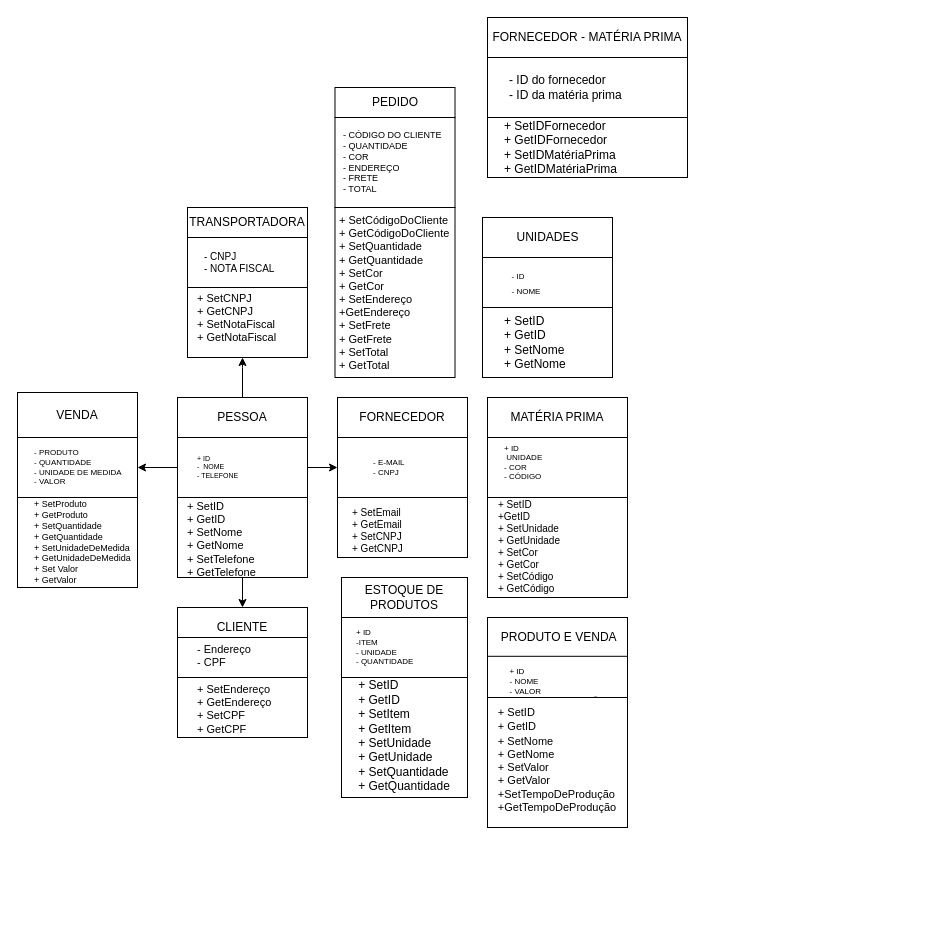
Above: page "Página-1" (1 of 2) of doc/classes.drawio in sarahnandynne/fluxograma.sarah (draw.io), before the change. Source tidied: cells renumbered, new cells numbered last; positions are measured from the earlier drawing's top-left corner, leaving out a move shared by most shapes. Both pictures are drawn from the tidied source at 100%, with x=0, y=0 at pixel (17, 17).
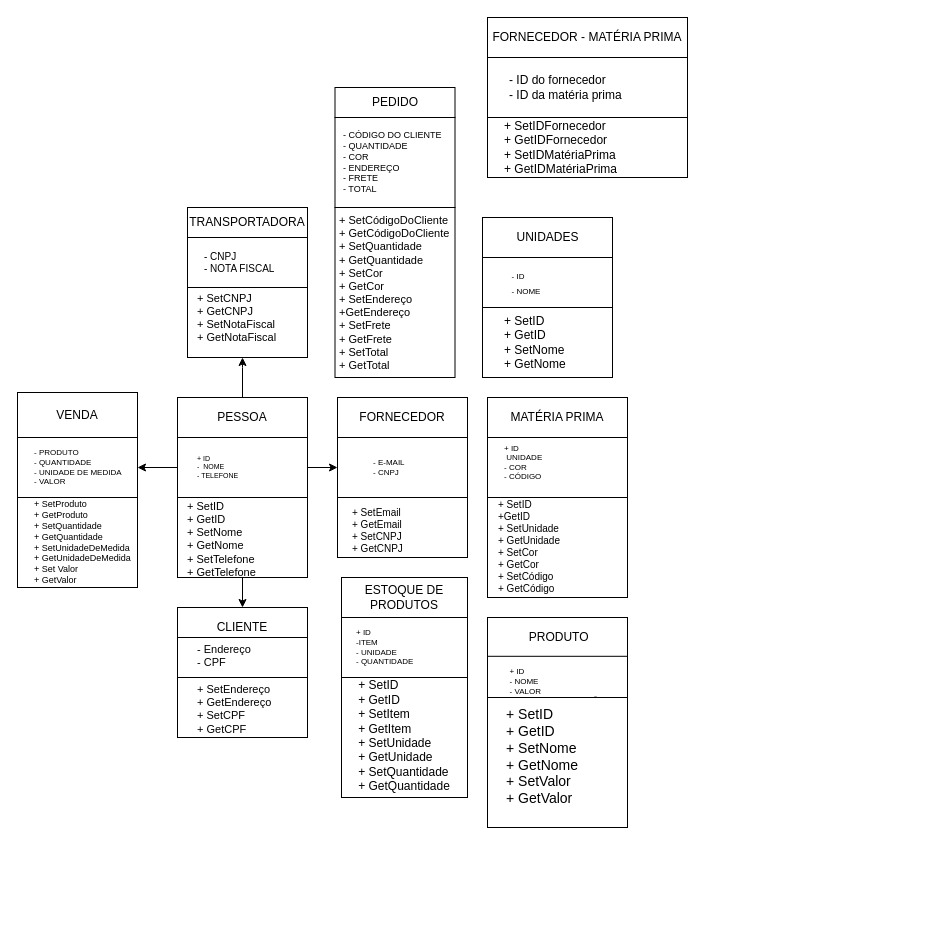
After the change.

What changed in the source:
```diff
@@
-    <mxCell id="29" value="&amp;nbsp;PRODUTO E VENDA" style="rounded=0;whiteSpace=wrap;html=1;" parent="1" vertex="1">
+    <mxCell id="29" value="&amp;nbsp;PRODUTO" style="rounded=0;whiteSpace=wrap;html=1;" parent="1" vertex="1">
       <mxGeometry x="470" y="600" width="140" height="40" as="geometry" />
     </mxCell>
@@
-    <mxCell id="60" value="&#10;&lt;div style=&quot;forced-color-adjust: none; text-align: left;&quot;&gt;&lt;span style=&quot;forced-color-adjust: none; font-size: 11px; background-color: initial;&quot;&gt;+ SetID&lt;/span&gt;&lt;/div&gt;&lt;div style=&quot;forced-color-adjust: none; text-align: left;&quot;&gt;&lt;span style=&quot;forced-color-adjust: none; font-size: 11px; background-color: initial;&quot;&gt;+ GetID&lt;/span&gt;&lt;/div&gt;&lt;div style=&quot;forced-color-adjust: none; text-align: left;&quot;&gt;&lt;span style=&quot;forced-color-adjust: none; font-size: 11px; background-color: initial;&quot;&gt;+ SetNome&lt;/span&gt;&lt;/div&gt;&lt;div style=&quot;forced-color-adjust: none; text-align: left; font-size: 11px;&quot;&gt;&lt;font style=&quot;forced-color-adjust: none; font-size: 11px;&quot;&gt;+ GetNome&lt;/font&gt;&lt;/div&gt;&lt;div style=&quot;forced-color-adjust: none; text-align: left; font-size: 11px;&quot;&gt;&lt;font style=&quot;forced-color-adjust: none; font-size: 11px;&quot;&gt;+ SetValor&lt;/font&gt;&lt;/div&gt;&lt;div style=&quot;forced-color-adjust: none; text-align: left; font-size: 11px;&quot;&gt;&lt;font style=&quot;forced-color-adjust: none; font-size: 11px;&quot;&gt;+ GetValor&lt;/font&gt;&lt;/div&gt;&lt;div style=&quot;forced-color-adjust: none; text-align: left; font-size: 11px;&quot;&gt;&lt;font style=&quot;forced-color-adjust: none; font-size: 11px;&quot;&gt;+SetTempoDeProdução&lt;/font&gt;&lt;/div&gt;&lt;div style=&quot;forced-color-adjust: none; text-align: left; font-size: 11px;&quot;&gt;&lt;font style=&quot;forced-color-adjust: none; font-size: 11px;&quot;&gt;+GetTempoDeProdução&lt;/font&gt;&lt;/div&gt;&lt;div style=&quot;forced-color-adjust: none; text-align: left; font-size: 11px;&quot;&gt;&lt;font style=&quot;forced-color-adjust: none; font-size: 11px;&quot;&gt;&lt;br style=&quot;forced-color-adjust: none;&quot;&gt;&lt;/font&gt;&lt;/div&gt;&lt;div style=&quot;forced-color-adjust: none;&quot;&gt;&lt;div style=&quot;forced-color-adjust: none; text-align: left;&quot;&gt;&lt;span style=&quot;forced-color-adjust: none; font-size: 11px;&quot;&gt;&lt;br style=&quot;forced-color-adjust: none;&quot;&gt;&lt;/span&gt;&lt;/div&gt;&lt;div style=&quot;forced-color-adjust: none; text-align: left;&quot;&gt;&lt;br style=&quot;forced-color-adjust: none; color: rgb(0, 0, 0); font-family: Helvetica; font-size: 12px; font-style: normal; font-variant-ligatures: normal; font-variant-caps: normal; font-weight: 400; letter-spacing: normal; orphans: 2; text-align: left; text-indent: 0px; text-transform: none; widows: 2; word-spacing: 0px; -webkit-text-stroke-width: 0px; white-space: normal; background-color: rgb(251, 251, 251); text-decoration-thickness: initial; text-decoration-style: initial; text-decoration-color: initial;&quot;&gt;&#10;&#10;&lt;/div&gt;&lt;/div&gt;" style="text;html=1;align=center;verticalAlign=middle;whiteSpace=wrap;rounded=0;" parent="1" vertex="1">
-      <mxGeometry x="510" y="755" width="60" height="30" as="geometry" />
+    <mxCell id="60" value="&lt;br style=&quot;font-size: 14px;&quot;&gt;&lt;div style=&quot;forced-color-adjust: none; text-align: left; font-size: 14px;&quot;&gt;&lt;span style=&quot;forced-color-adjust: none; font-size: 14px; background-color: initial;&quot;&gt;+ SetID&lt;/span&gt;&lt;/div&gt;&lt;div style=&quot;forced-color-adjust: none; text-align: left; font-size: 14px;&quot;&gt;&lt;span style=&quot;forced-color-adjust: none; font-size: 14px; background-color: initial;&quot;&gt;+ GetID&lt;/span&gt;&lt;/div&gt;&lt;div style=&quot;forced-color-adjust: none; text-align: left; font-size: 14px;&quot;&gt;&lt;span style=&quot;forced-color-adjust: none; font-size: 14px; background-color: initial;&quot;&gt;+ SetNome&lt;/span&gt;&lt;/div&gt;&lt;div style=&quot;forced-color-adjust: none; text-align: left; font-size: 14px;&quot;&gt;&lt;font style=&quot;forced-color-adjust: none; font-size: 14px;&quot;&gt;+ GetNome&lt;/font&gt;&lt;/div&gt;&lt;div style=&quot;forced-color-adjust: none; text-align: left; font-size: 14px;&quot;&gt;&lt;font style=&quot;forced-color-adjust: none; font-size: 14px;&quot;&gt;+ SetValor&lt;/font&gt;&lt;/div&gt;&lt;div style=&quot;forced-color-adjust: none; text-align: left; font-size: 14px;&quot;&gt;&lt;font style=&quot;forced-color-adjust: none; font-size: 14px;&quot;&gt;+ GetValor&lt;/font&gt;&lt;/div&gt;&lt;div style=&quot;forced-color-adjust: none; text-align: left; font-size: 14px;&quot;&gt;&lt;br style=&quot;font-size: 14px;&quot;&gt;&lt;/div&gt;&lt;div style=&quot;forced-color-adjust: none; text-align: left; font-size: 14px;&quot;&gt;&lt;font style=&quot;forced-color-adjust: none; font-size: 14px;&quot;&gt;&lt;br style=&quot;forced-color-adjust: none; font-size: 14px;&quot;&gt;&lt;/font&gt;&lt;/div&gt;&lt;div style=&quot;forced-color-adjust: none; font-size: 14px;&quot;&gt;&lt;div style=&quot;forced-color-adjust: none; text-align: left; font-size: 14px;&quot;&gt;&lt;span style=&quot;forced-color-adjust: none; font-size: 14px;&quot;&gt;&lt;br style=&quot;forced-color-adjust: none; font-size: 14px;&quot;&gt;&lt;/span&gt;&lt;/div&gt;&lt;div style=&quot;forced-color-adjust: none; text-align: left; font-size: 14px;&quot;&gt;&lt;br style=&quot;forced-color-adjust: none; color: rgb(0, 0, 0); font-family: Helvetica; font-size: 14px; font-style: normal; font-variant-ligatures: normal; font-variant-caps: normal; font-weight: 400; letter-spacing: normal; orphans: 2; text-align: left; text-indent: 0px; text-transform: none; widows: 2; word-spacing: 0px; -webkit-text-stroke-width: 0px; white-space: normal; background-color: rgb(251, 251, 251); text-decoration-thickness: initial; text-decoration-style: initial; text-decoration-color: initial;&quot;&gt;&lt;br style=&quot;font-size: 14px;&quot;&gt;&lt;br style=&quot;font-size: 14px;&quot;&gt;&lt;/div&gt;&lt;/div&gt;" style="text;html=1;align=center;verticalAlign=middle;whiteSpace=wrap;rounded=0;fontSize=14;" parent="1" vertex="1">
+      <mxGeometry x="340" y="698.8" width="370" height="165" as="geometry" />
     </mxCell>
```
